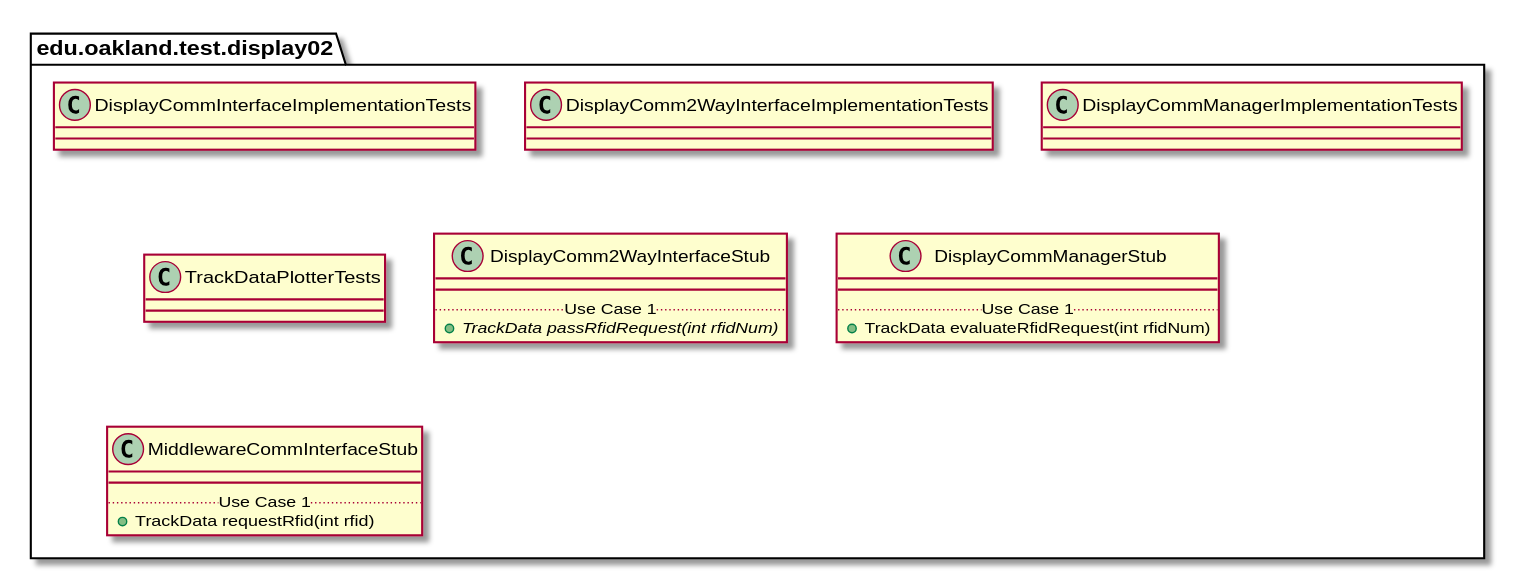
This is docs/uml-class-diagrams/display02/test/Display02TestPackage.svg from elilley15/csi-3370-software-project, a PlantUML export, as it was before one commit.
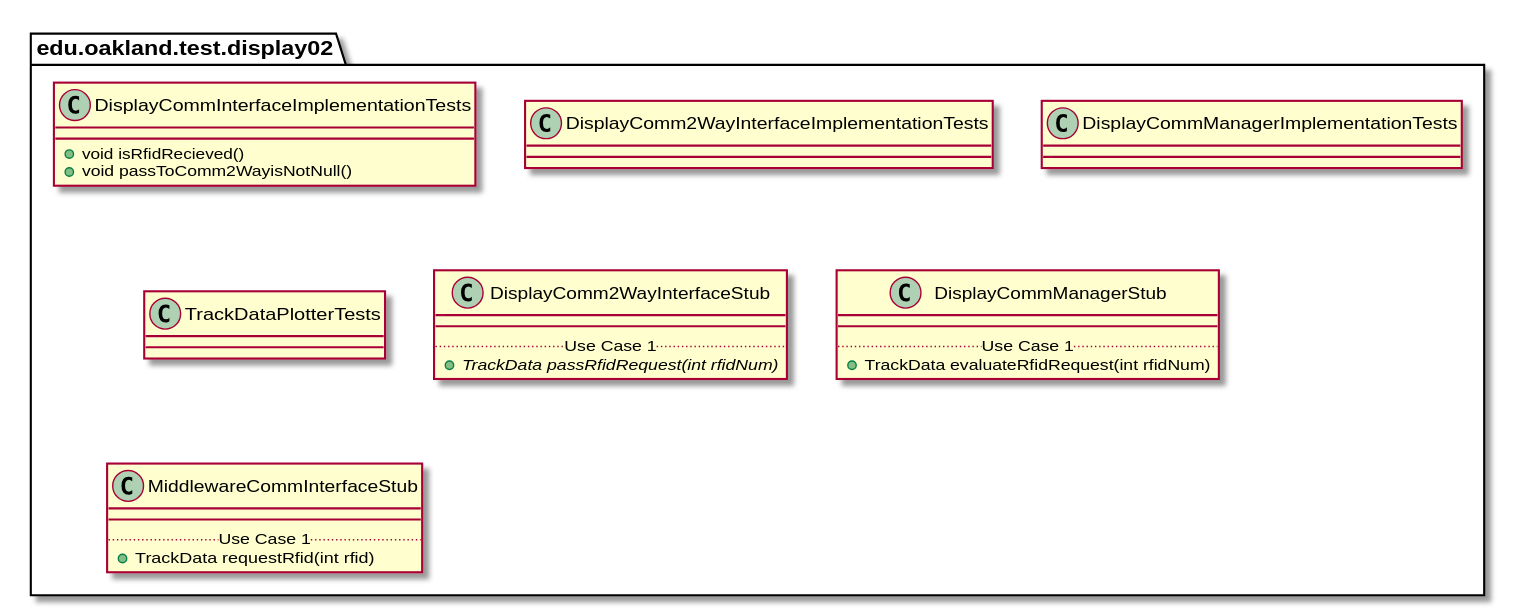
Above is the later version.

What changed in the source:
```diff
@@ -7,6 +7,8 @@
 
 package edu.oakland.test.display02 {
     class DisplayCommInterfaceImplementationTests {
+        + void isRfidRecieved()
+        + void passToComm2WayisNotNull()
 
     }
 }
```
